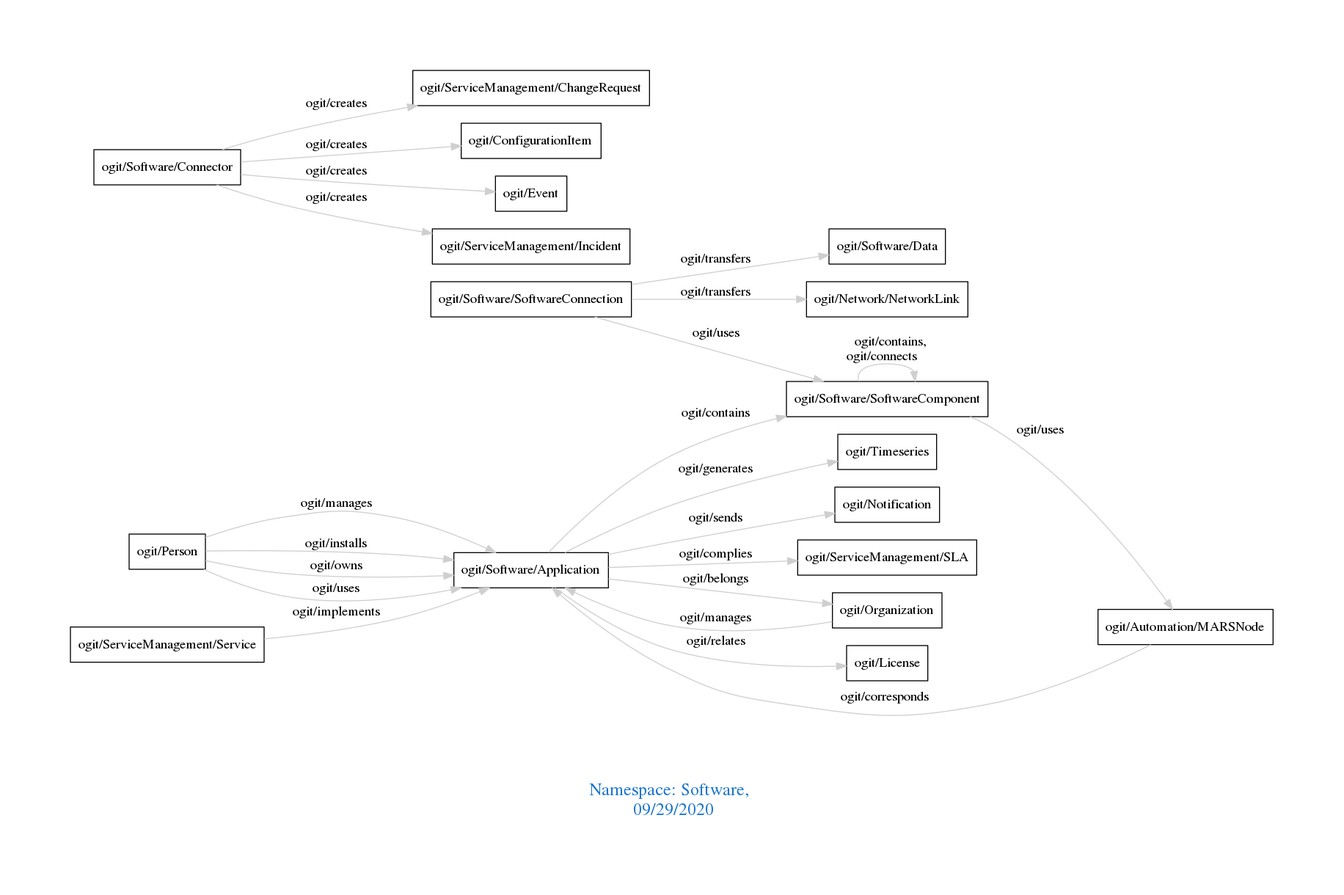
arago/OGIT keeps this Graphviz diagram as downloads/Software.png. Above is the earlier version. Its source is kept beside it as downloads/Software.dot.
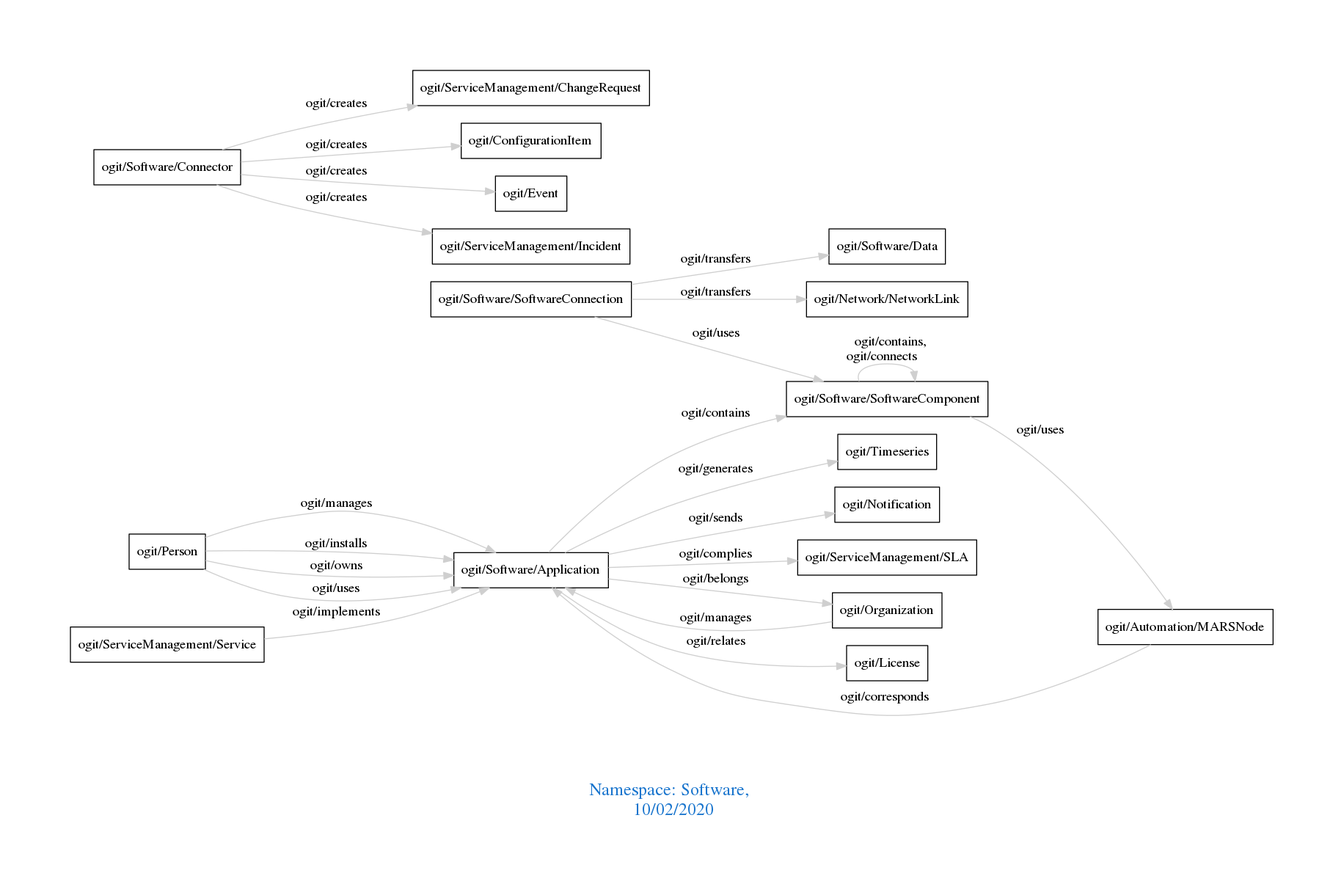
Later version of the same file.

Change to the diagram source:
```diff
@@ -1,7 +1,7 @@
 digraph OGIT_ontology {
  graph [ rankdir= LR,pad=1
 fontsize = 18,
-fontcolor= dodgerblue3,label = "\n\n\nNamespace: Software, \n 09/29/2020"];
+fontcolor= dodgerblue3,label = "\n\n\nNamespace: Software, \n 10/02/2020"];
 node[shape=polygon];
 edge [  color="gray81"];
 
```
